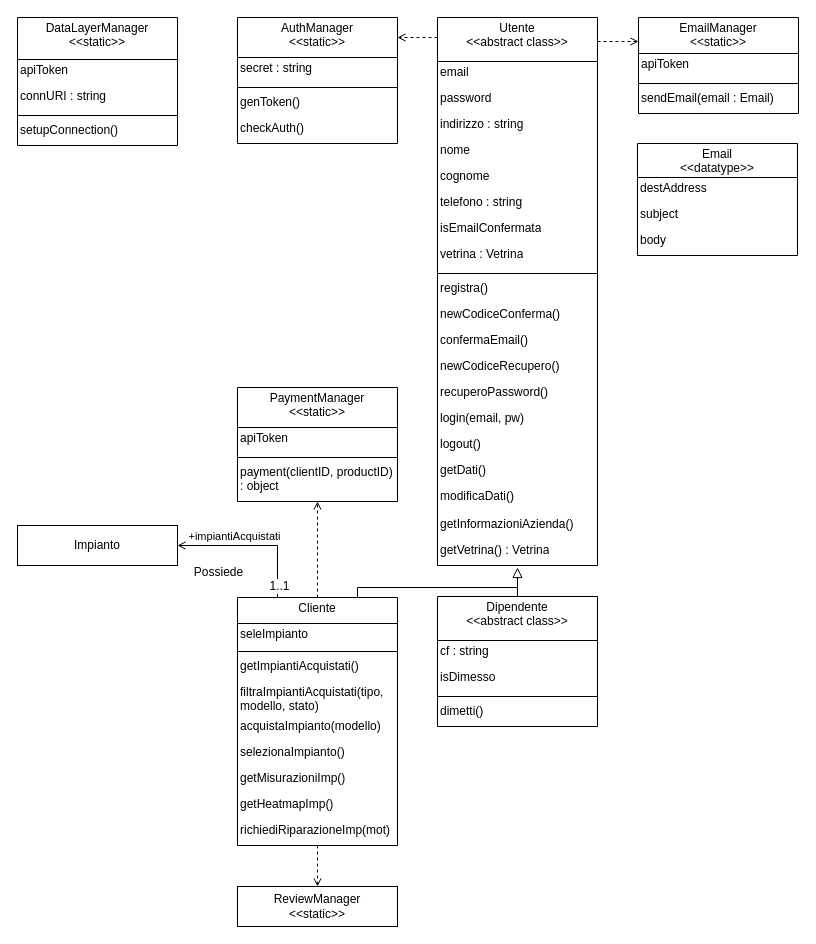
The draw.io diagram page "Utente" (2 of 10) of deliverables/d3/.media/.drawio/classi.drawio in amanfucci/ardeeno-workondeliverables, before the edit. Source tidied: cells renumbered, new cells numbered last; positions are measured from the earlier drawing's top-left corner, leaving out a move shared by most shapes. Both pictures are drawn from the tidied source at 100%, with x=0, y=0 at pixel (17, 17).
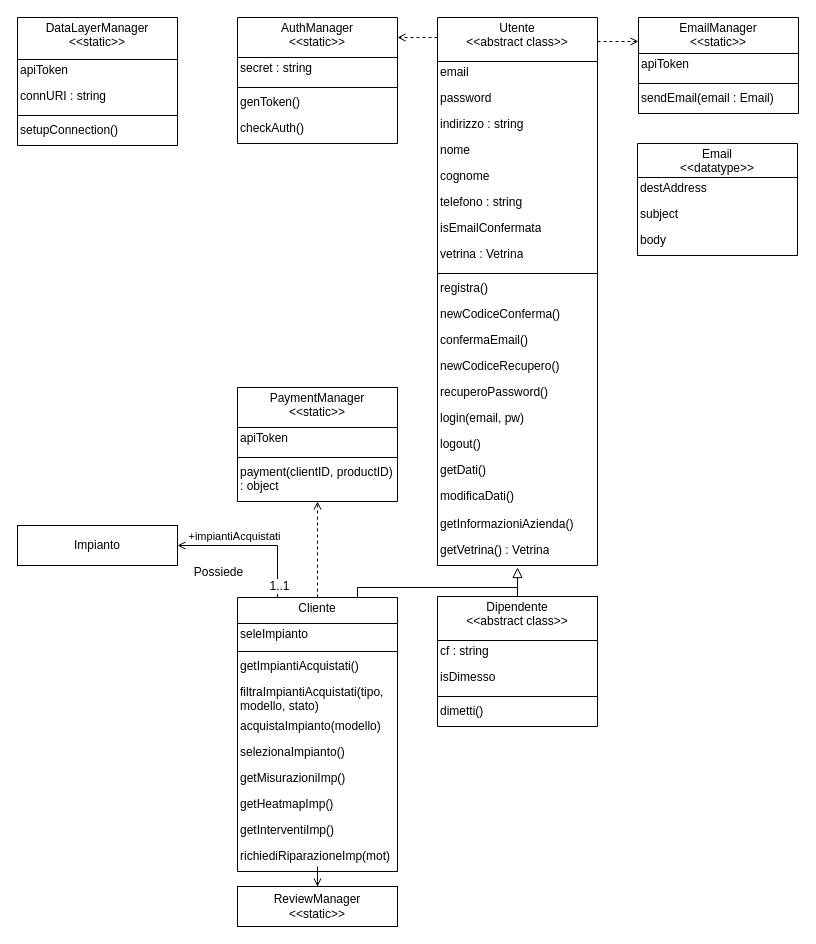
Above is the later version.

Diff of the diagram source:
```diff
@@
     <mxCell id="46" value="Cliente" style="swimlane;fontStyle=0;align=center;verticalAlign=top;horizontal=1;startSize=26;whiteSpace=wrap;spacing=-1;" parent="1" vertex="1">
-      <mxGeometry x="220" y="580" width="160" height="248" as="geometry" />
+      <mxGeometry x="220" y="580" width="160" height="274" as="geometry" />
     </mxCell>
@@
+    <mxCell id="71" value="getInterventiImp()" style="text;strokeColor=none;fillColor=none;align=left;verticalAlign=top;spacingLeft=4;spacingRight=4;overflow=hidden;fontStyle=0;whiteSpace=wrap;spacing=-1;" parent="46" vertex="1">
+      <mxGeometry y="222" width="160" height="26" as="geometry" />
+    </mxCell>
     <mxCell id="55" value="richiediRiparazioneImp(mot)" style="text;strokeColor=none;fillColor=none;align=left;verticalAlign=top;spacingLeft=4;spacingRight=4;overflow=hidden;fontStyle=0;whiteSpace=wrap;spacing=-1;" parent="46" vertex="1">
-      <mxGeometry y="222" width="160" height="26" as="geometry" />
+      <mxGeometry y="248" width="160" height="26" as="geometry" />
     </mxCell>
```
